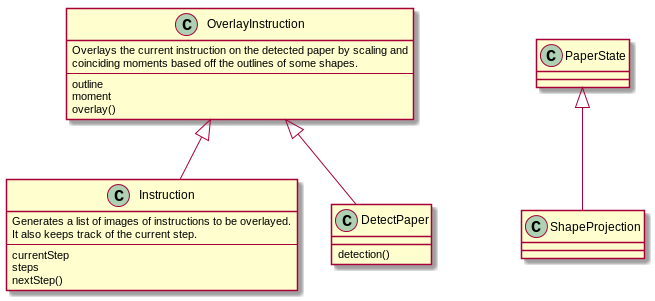
This is documents/class_diagram.png from concavegit/cv-assisted-origami, a PlantUML export, as it was before one commit.
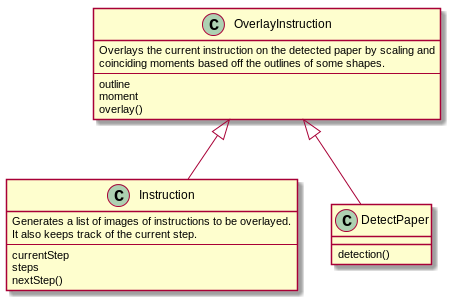
Above is the later version.

Commit message:
update class diagram

What changed in the source:
```diff
@@ -1,7 +1,6 @@
 @startuml
 OverlayInstruction <|-- Instruction
 OverlayInstruction <|-- DetectPaper
-PaperState <|-- ShapeProjection
 
 class Instruction {
 Generates a list of images of instructions to be overlayed.
```
